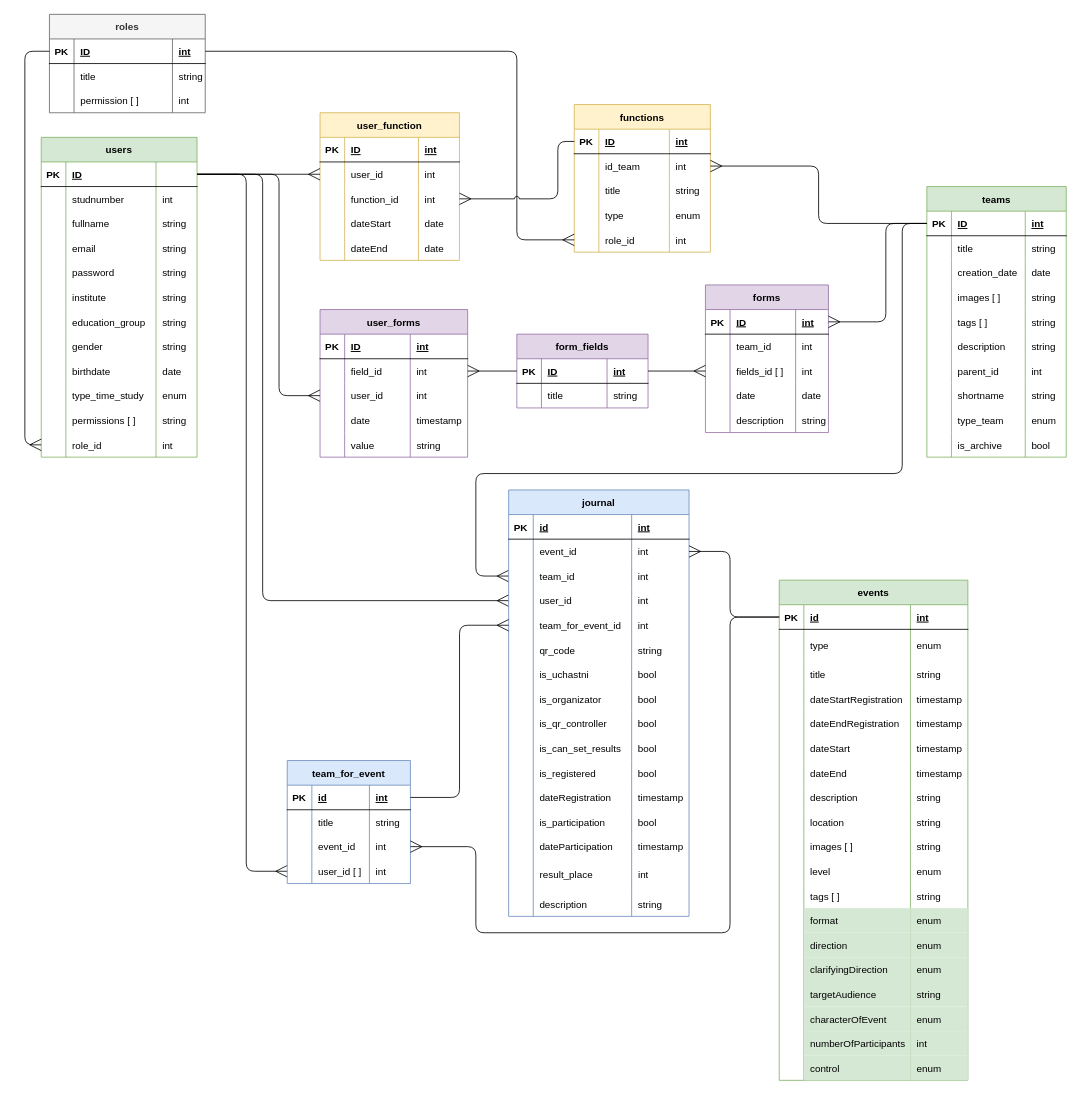
This is page "Физическая" (2 of 2) of Схема БД.drawio from KomogortsevaYulia/Raiting-Teams-Events, a draw.io file, before an edit. Source tidied: cells renumbered, new cells numbered last; positions are measured from the earlier drawing's top-left corner, leaving out a move shared by most shapes. Both pictures are drawn from the tidied source at 82%, with x=0, y=0 at pixel (25, 14).
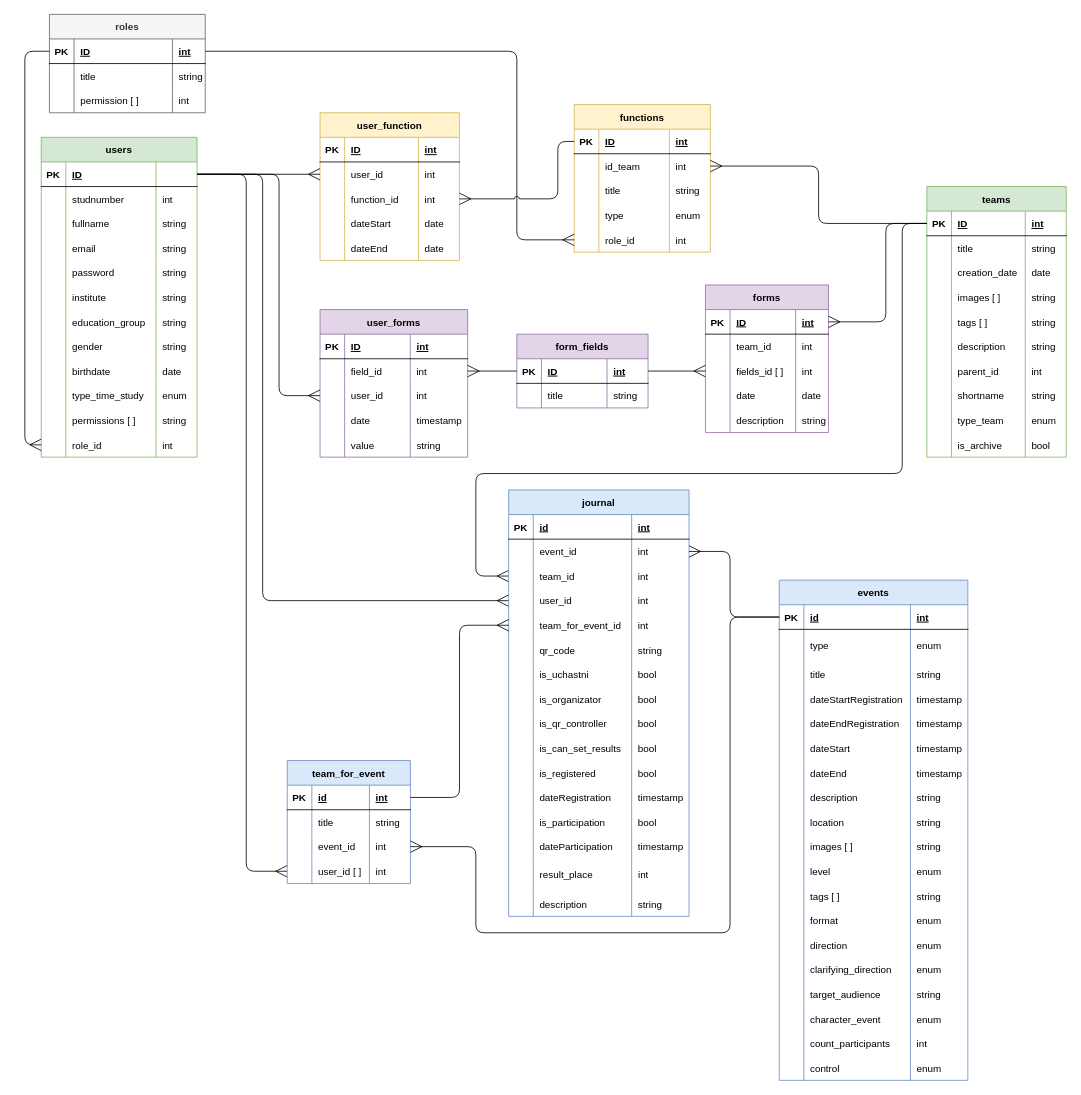
Above is the later version.

The change refers to these unchanged cells:
```xml
<mxCell id="215" style="shape=tableRow;horizontal=0;startSize=0;swimlaneHead=0;swimlaneBody=0;fillColor=none;top=0;left=0;right=0;bottom=0;" parent="210" vertex="1">
  <mxGeometry y="60" width="230" height="40" as="geometry" />
</mxCell>
<mxCell id="219" style="shape=tableRow;horizontal=0;startSize=0;swimlaneHead=0;swimlaneBody=0;fillColor=none;top=0;left=0;right=0;bottom=0;" parent="210" vertex="1">
  <mxGeometry y="100" width="230" height="30" as="geometry" />
</mxCell>
<mxCell id="223" style="shape=tableRow;horizontal=0;startSize=0;swimlaneHead=0;swimlaneBody=0;fillColor=none;top=0;left=0;right=0;bottom=0;" parent="210" vertex="1">
  <mxGeometry y="130" width="230" height="30" as="geometry" />
</mxCell>
<mxCell id="227" style="shape=tableRow;horizontal=0;startSize=0;swimlaneHead=0;swimlaneBody=0;fillColor=none;top=0;left=0;right=0;bottom=0;" parent="210" vertex="1">
  <mxGeometry y="160" width="230" height="30" as="geometry" />
</mxCell>
<mxCell id="231" style="shape=tableRow;horizontal=0;startSize=0;swimlaneHead=0;swimlaneBody=0;fillColor=none;top=0;left=0;right=0;bottom=0;" parent="210" vertex="1">
  <mxGeometry y="190" width="230" height="30" as="geometry" />
</mxCell>
<mxCell id="235" style="shape=tableRow;horizontal=0;startSize=0;swimlaneHead=0;swimlaneBody=0;fillColor=none;top=0;left=0;right=0;bottom=0;" parent="210" vertex="1">
  <mxGeometry y="220" width="230" height="30" as="geometry" />
</mxCell>
<mxCell id="239" style="shape=tableRow;horizontal=0;startSize=0;swimlaneHead=0;swimlaneBody=0;fillColor=none;top=0;left=0;right=0;bottom=0;" parent="210" vertex="1">
  <mxGeometry y="250" width="230" height="30" as="geometry" />
</mxCell>
<mxCell id="243" style="shape=tableRow;horizontal=0;startSize=0;swimlaneHead=0;swimlaneBody=0;fillColor=none;top=0;left=0;right=0;bottom=0;" parent="210" vertex="1">
  <mxGeometry y="280" width="230" height="30" as="geometry" />
</mxCell>
<mxCell id="247" style="shape=tableRow;horizontal=0;startSize=0;swimlaneHead=0;swimlaneBody=0;fillColor=none;top=0;left=0;right=0;bottom=0;" parent="210" vertex="1">
  <mxGeometry y="310" width="230" height="30" as="geometry" />
</mxCell>
<mxCell id="251" style="shape=tableRow;horizontal=0;startSize=0;swimlaneHead=0;swimlaneBody=0;fillColor=none;top=0;left=0;right=0;bottom=0;" parent="210" vertex="1">
  <mxGeometry y="340" width="230" height="30" as="geometry" />
</mxCell>
<mxCell id="255" style="shape=tableRow;horizontal=0;startSize=0;swimlaneHead=0;swimlaneBody=0;fillColor=none;top=0;left=0;right=0;bottom=0;" parent="210" vertex="1">
  <mxGeometry y="370" width="230" height="30" as="geometry" />
</mxCell>
<mxCell id="259" style="shape=tableRow;horizontal=0;startSize=0;swimlaneHead=0;swimlaneBody=0;fillColor=none;top=0;left=0;right=0;bottom=0;" parent="210" vertex="1">
  <mxGeometry y="400" width="230" height="30" as="geometry" />
</mxCell>
<mxCell id="263" style="shape=tableRow;horizontal=0;startSize=0;swimlaneHead=0;swimlaneBody=0;fillColor=none;top=0;left=0;right=0;bottom=0;" parent="210" vertex="1">
  <mxGeometry y="430" width="230" height="30" as="geometry" />
</mxCell>
<mxCell id="267" style="shape=tableRow;horizontal=0;startSize=0;swimlaneHead=0;swimlaneBody=0;fillColor=none;top=0;left=0;right=0;bottom=0;" parent="210" vertex="1">
  <mxGeometry y="460" width="230" height="30" as="geometry" />
</mxCell>
<mxCell id="271" style="shape=tableRow;horizontal=0;startSize=0;swimlaneHead=0;swimlaneBody=0;fillColor=none;top=0;left=0;right=0;bottom=0;" parent="210" vertex="1">
  <mxGeometry y="490" width="230" height="30" as="geometry" />
</mxCell>
<mxCell id="275" style="shape=tableRow;horizontal=0;startSize=0;swimlaneHead=0;swimlaneBody=0;fillColor=none;top=0;left=0;right=0;bottom=0;" parent="210" vertex="1">
  <mxGeometry y="520" width="230" height="30" as="geometry" />
</mxCell>
<mxCell id="279" style="shape=tableRow;horizontal=0;startSize=0;swimlaneHead=0;swimlaneBody=0;fillColor=none;top=0;left=0;right=0;bottom=0;" parent="210" vertex="1">
  <mxGeometry y="550" width="230" height="30" as="geometry" />
</mxCell>
<mxCell id="283" style="shape=tableRow;horizontal=0;startSize=0;swimlaneHead=0;swimlaneBody=0;fillColor=none;top=0;left=0;right=0;bottom=0;" parent="210" vertex="1">
  <mxGeometry y="580" width="230" height="30" as="geometry" />
</mxCell>
```

Diff of the diagram source:
```diff
@@
-    <mxCell id="210" value="events" style="shape=table;startSize=30;childLayout=tableLayout;rowLines=0;fontStyle=1;align=center;fillColor=#d5e8d4;strokeColor=#82b366;" parent="1" vertex="1">
+    <mxCell id="210" value="events" style="shape=table;startSize=30;childLayout=tableLayout;rowLines=0;fontStyle=1;align=center;fillColor=#dae8fc;strokeColor=#6c8ebf;" parent="1" vertex="1">
       <mxGeometry x="919.8" y="690" width="230" height="610" as="geometry" />
     </mxCell>
@@
-    <mxCell id="217" value="type" style="shape=partialRectangle;fillColor=none;top=0;left=0;bottom=0;right=0;align=left;spacingLeft=6;overflow=hidden;" parent="215" vertex="1">
+    <mxCell id="217" value="type" style="shape=partialRectangle;fillColor=none;top=0;left=0;bottom=0;right=0;align=left;spacingLeft=6;overflow=hidden;strokeColor=#82b366;" parent="215" vertex="1">
       <mxGeometry x="30" width="130" height="40" as="geometry" />
     </mxCell>
@@
-    <mxCell id="221" value="title" style="shape=partialRectangle;fillColor=none;top=0;left=0;bottom=0;right=0;align=left;spacingLeft=6;overflow=hidden;" parent="219" vertex="1">
+    <mxCell id="221" value="title" style="shape=partialRectangle;fillColor=none;top=0;left=0;bottom=0;right=0;align=left;spacingLeft=6;overflow=hidden;strokeColor=#82b366;" parent="219" vertex="1">
       <mxGeometry x="30" width="130" height="30" as="geometry" />
     </mxCell>
@@
-    <mxCell id="225" value="dateStartRegistration" style="shape=partialRectangle;fillColor=none;top=0;left=0;bottom=0;right=0;align=left;spacingLeft=6;overflow=hidden;strokeColor=#6c8ebf;" parent="223" vertex="1">
+    <mxCell id="225" value="dateStartRegistration" style="shape=partialRectangle;fillColor=none;top=0;left=0;bottom=0;right=0;align=left;spacingLeft=6;overflow=hidden;strokeColor=#82b366;" parent="223" vertex="1">
       <mxGeometry x="30" width="130" height="30" as="geometry" />
     </mxCell>
@@
-    <mxCell id="229" value="dateEndRegistration" style="shape=partialRectangle;fillColor=none;top=0;left=0;bottom=0;right=0;align=left;spacingLeft=6;overflow=hidden;strokeColor=#6c8ebf;" parent="227" vertex="1">
+    <mxCell id="229" value="dateEndRegistration" style="shape=partialRectangle;fillColor=none;top=0;left=0;bottom=0;right=0;align=left;spacingLeft=6;overflow=hidden;strokeColor=#82b366;" parent="227" vertex="1">
       <mxGeometry x="30" width="130" height="30" as="geometry" />
     </mxCell>
@@
-    <mxCell id="233" value="dateStart" style="shape=partialRectangle;fillColor=none;top=0;left=0;bottom=0;right=0;align=left;spacingLeft=6;overflow=hidden;strokeColor=#6c8ebf;" parent="231" vertex="1">
+    <mxCell id="233" value="dateStart" style="shape=partialRectangle;fillColor=none;top=0;left=0;bottom=0;right=0;align=left;spacingLeft=6;overflow=hidden;strokeColor=#82b366;" parent="231" vertex="1">
       <mxGeometry x="30" width="130" height="30" as="geometry" />
     </mxCell>
@@
-    <mxCell id="237" value="dateEnd" style="shape=partialRectangle;fillColor=none;top=0;left=0;bottom=0;right=0;align=left;spacingLeft=6;overflow=hidden;strokeColor=#6c8ebf;" parent="235" vertex="1">
+    <mxCell id="237" value="dateEnd" style="shape=partialRectangle;fillColor=none;top=0;left=0;bottom=0;right=0;align=left;spacingLeft=6;overflow=hidden;strokeColor=#82b366;" parent="235" vertex="1">
       <mxGeometry x="30" width="130" height="30" as="geometry" />
     </mxCell>
@@
-    <mxCell id="241" value="description" style="shape=partialRectangle;fillColor=none;top=0;left=0;bottom=0;right=0;align=left;spacingLeft=6;overflow=hidden;" parent="239" vertex="1">
+    <mxCell id="241" value="description" style="shape=partialRectangle;fillColor=none;top=0;left=0;bottom=0;right=0;align=left;spacingLeft=6;overflow=hidden;strokeColor=#82b366;" parent="239" vertex="1">
       <mxGeometry x="30" width="130" height="30" as="geometry" />
     </mxCell>
@@
-    <mxCell id="245" value="location" style="shape=partialRectangle;fillColor=none;top=0;left=0;bottom=0;right=0;align=left;spacingLeft=6;overflow=hidden;strokeColor=#6c8ebf;" parent="243" vertex="1">
+    <mxCell id="245" value="location" style="shape=partialRectangle;fillColor=none;top=0;left=0;bottom=0;right=0;align=left;spacingLeft=6;overflow=hidden;strokeColor=#82b366;" parent="243" vertex="1">
       <mxGeometry x="30" width="130" height="30" as="geometry" />
     </mxCell>
@@
-    <mxCell id="249" value="images [ ]" style="shape=partialRectangle;fillColor=none;top=0;left=0;bottom=0;right=0;align=left;spacingLeft=6;overflow=hidden;" parent="247" vertex="1">
+    <mxCell id="249" value="images [ ]" style="shape=partialRectangle;fillColor=none;top=0;left=0;bottom=0;right=0;align=left;spacingLeft=6;overflow=hidden;strokeColor=#82b366;" parent="247" vertex="1">
       <mxGeometry x="30" width="130" height="30" as="geometry" />
     </mxCell>
@@
-    <mxCell id="253" value="level" style="shape=partialRectangle;fillColor=none;top=0;left=0;bottom=0;right=0;align=left;spacingLeft=6;overflow=hidden;" parent="251" vertex="1">
+    <mxCell id="253" value="level" style="shape=partialRectangle;fillColor=none;top=0;left=0;bottom=0;right=0;align=left;spacingLeft=6;overflow=hidden;strokeColor=#82b366;" parent="251" vertex="1">
       <mxGeometry x="30" width="130" height="30" as="geometry" />
     </mxCell>
@@
-    <mxCell id="257" value="tags [ ]" style="shape=partialRectangle;fillColor=none;top=0;left=0;bottom=0;right=0;align=left;spacingLeft=6;overflow=hidden;" parent="255" vertex="1">
+    <mxCell id="257" value="tags [ ]" style="shape=partialRectangle;fillColor=none;top=0;left=0;bottom=0;right=0;align=left;spacingLeft=6;overflow=hidden;strokeColor=#82b366;" parent="255" vertex="1">
       <mxGeometry x="30" width="130" height="30" as="geometry" />
     </mxCell>
@@
-    <mxCell id="261" value="format" style="shape=partialRectangle;fillColor=#d5e8d4;top=0;left=0;bottom=0;right=0;align=left;spacingLeft=6;overflow=hidden;strokeColor=#82b366;" parent="259" vertex="1">
+    <mxCell id="261" value="format" style="shape=partialRectangle;fillColor=none;top=0;left=0;bottom=0;right=0;align=left;spacingLeft=6;overflow=hidden;strokeColor=#82b366;" parent="259" vertex="1">
       <mxGeometry x="30" width="130" height="30" as="geometry" />
     </mxCell>
-    <mxCell id="262" value="enum" style="shape=partialRectangle;fillColor=#d5e8d4;top=0;left=0;bottom=0;right=0;align=left;spacingLeft=6;overflow=hidden;strokeColor=#82b366;" parent="259" vertex="1">
+    <mxCell id="262" value="enum" style="shape=partialRectangle;fillColor=none;top=0;left=0;bottom=0;right=0;align=left;spacingLeft=6;overflow=hidden;strokeColor=#82b366;" parent="259" vertex="1">
       <mxGeometry x="160" width="70" height="30" as="geometry" />
     </mxCell>
@@
-    <mxCell id="265" value="direction" style="shape=partialRectangle;fillColor=#d5e8d4;top=0;left=0;bottom=0;right=0;align=left;spacingLeft=6;overflow=hidden;strokeColor=#82b366;" parent="263" vertex="1">
+    <mxCell id="265" value="direction" style="shape=partialRectangle;fillColor=none;top=0;left=0;bottom=0;right=0;align=left;spacingLeft=6;overflow=hidden;strokeColor=#82b366;" parent="263" vertex="1">
       <mxGeometry x="30" width="130" height="30" as="geometry" />
     </mxCell>
-    <mxCell id="266" value="enum" style="shape=partialRectangle;fillColor=#d5e8d4;top=0;left=0;bottom=0;right=0;align=left;spacingLeft=6;overflow=hidden;strokeColor=#82b366;" parent="263" vertex="1">
+    <mxCell id="266" value="enum" style="shape=partialRectangle;fillColor=none;top=0;left=0;bottom=0;right=0;align=left;spacingLeft=6;overflow=hidden;strokeColor=#82b366;" parent="263" vertex="1">
       <mxGeometry x="160" width="70" height="30" as="geometry" />
     </mxCell>
@@
-    <mxCell id="269" value="clarifyingDirection" style="shape=partialRectangle;fillColor=#d5e8d4;top=0;left=0;bottom=0;right=0;align=left;spacingLeft=6;overflow=hidden;strokeColor=#82b366;" parent="267" vertex="1">
+    <mxCell id="269" value="clarifying_direction" style="shape=partialRectangle;fillColor=none;top=0;left=0;bottom=0;right=0;align=left;spacingLeft=6;overflow=hidden;strokeColor=#82b366;" parent="267" vertex="1">
       <mxGeometry x="30" width="130" height="30" as="geometry" />
     </mxCell>
-    <mxCell id="270" value="enum" style="shape=partialRectangle;fillColor=#d5e8d4;top=0;left=0;bottom=0;right=0;align=left;spacingLeft=6;overflow=hidden;strokeColor=#82b366;" parent="267" vertex="1">
+    <mxCell id="270" value="enum" style="shape=partialRectangle;fillColor=none;top=0;left=0;bottom=0;right=0;align=left;spacingLeft=6;overflow=hidden;strokeColor=#82b366;" parent="267" vertex="1">
       <mxGeometry x="160" width="70" height="30" as="geometry" />
     </mxCell>
@@
-    <mxCell id="273" value="targetAudience" style="shape=partialRectangle;fillColor=#d5e8d4;top=0;left=0;bottom=0;right=0;align=left;spacingLeft=6;overflow=hidden;strokeColor=#82b366;" parent="271" vertex="1">
+    <mxCell id="273" value="target_audience" style="shape=partialRectangle;fillColor=none;top=0;left=0;bottom=0;right=0;align=left;spacingLeft=6;overflow=hidden;strokeColor=#82b366;" parent="271" vertex="1">
       <mxGeometry x="30" width="130" height="30" as="geometry" />
     </mxCell>
-    <mxCell id="274" value="string" style="shape=partialRectangle;fillColor=#d5e8d4;top=0;left=0;bottom=0;right=0;align=left;spacingLeft=6;overflow=hidden;strokeColor=#82b366;" parent="271" vertex="1">
+    <mxCell id="274" value="string" style="shape=partialRectangle;fillColor=none;top=0;left=0;bottom=0;right=0;align=left;spacingLeft=6;overflow=hidden;strokeColor=#82b366;" parent="271" vertex="1">
       <mxGeometry x="160" width="70" height="30" as="geometry" />
     </mxCell>
@@
-    <mxCell id="277" value="characterOfEvent" style="shape=partialRectangle;fillColor=#d5e8d4;top=0;left=0;bottom=0;right=0;align=left;spacingLeft=6;overflow=hidden;strokeColor=#82b366;" parent="275" vertex="1">
+    <mxCell id="277" value="character_event" style="shape=partialRectangle;fillColor=none;top=0;left=0;bottom=0;right=0;align=left;spacingLeft=6;overflow=hidden;strokeColor=#82b366;" parent="275" vertex="1">
       <mxGeometry x="30" width="130" height="30" as="geometry" />
     </mxCell>
-    <mxCell id="278" value="enum" style="shape=partialRectangle;fillColor=#d5e8d4;top=0;left=0;bottom=0;right=0;align=left;spacingLeft=6;overflow=hidden;strokeColor=#82b366;" parent="275" vertex="1">
+    <mxCell id="278" value="enum" style="shape=partialRectangle;fillColor=none;top=0;left=0;bottom=0;right=0;align=left;spacingLeft=6;overflow=hidden;strokeColor=#82b366;" parent="275" vertex="1">
       <mxGeometry x="160" width="70" height="30" as="geometry" />
     </mxCell>
@@
-    <mxCell id="281" value="numberOfParticipants" style="shape=partialRectangle;fillColor=#d5e8d4;top=0;left=0;bottom=0;right=0;align=left;spacingLeft=6;overflow=hidden;strokeColor=#82b366;" parent="279" vertex="1">
+    <mxCell id="281" value="count_participants" style="shape=partialRectangle;fillColor=none;top=0;left=0;bottom=0;right=0;align=left;spacingLeft=6;overflow=hidden;strokeColor=#82b366;" parent="279" vertex="1">
       <mxGeometry x="30" width="130" height="30" as="geometry" />
     </mxCell>
-    <mxCell id="282" value="int" style="shape=partialRectangle;fillColor=#d5e8d4;top=0;left=0;bottom=0;right=0;align=left;spacingLeft=6;overflow=hidden;strokeColor=#82b366;" parent="279" vertex="1">
+    <mxCell id="282" value="int" style="shape=partialRectangle;fillColor=none;top=0;left=0;bottom=0;right=0;align=left;spacingLeft=6;overflow=hidden;strokeColor=#82b366;" parent="279" vertex="1">
       <mxGeometry x="160" width="70" height="30" as="geometry" />
     </mxCell>
@@
-    <mxCell id="285" value="control" style="shape=partialRectangle;fillColor=#d5e8d4;top=0;left=0;bottom=0;right=0;align=left;spacingLeft=6;overflow=hidden;strokeColor=#82b366;" parent="283" vertex="1">
+    <mxCell id="285" value="control" style="shape=partialRectangle;fillColor=none;top=0;left=0;bottom=0;right=0;align=left;spacingLeft=6;overflow=hidden;strokeColor=#82b366;" parent="283" vertex="1">
       <mxGeometry x="30" width="130" height="30" as="geometry" />
     </mxCell>
-    <mxCell id="286" value="enum" style="shape=partialRectangle;fillColor=#d5e8d4;top=0;left=0;bottom=0;right=0;align=left;spacingLeft=6;overflow=hidden;strokeColor=#82b366;" parent="283" vertex="1">
+    <mxCell id="286" value="enum" style="shape=partialRectangle;fillColor=none;top=0;left=0;bottom=0;right=0;align=left;spacingLeft=6;overflow=hidden;strokeColor=#82b366;" parent="283" vertex="1">
       <mxGeometry x="160" width="70" height="30" as="geometry" />
     </mxCell>
```
